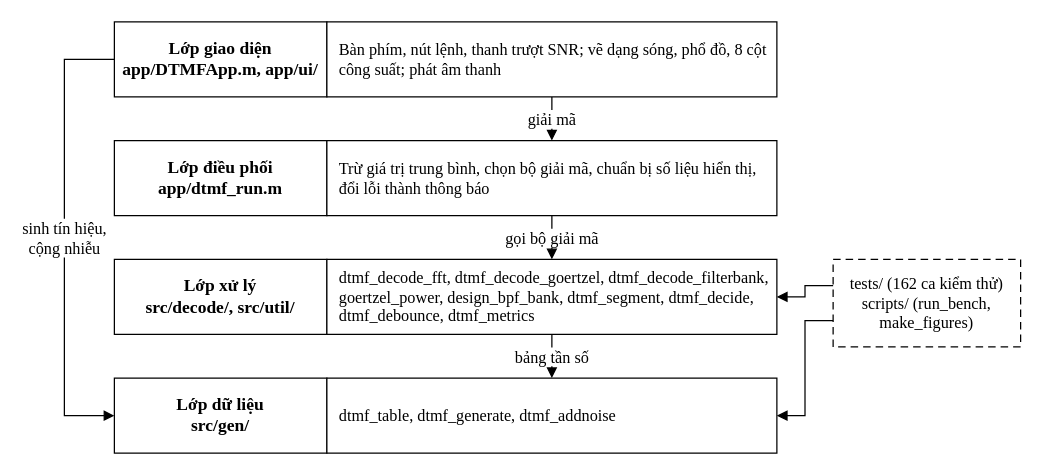
The draw.io diagram report/template/Figures/drawio/SD_kien_truc.drawio in AIVIETNAM-AIO-DoHongNhat/DTMF, before the edit. Source tidied: cells renumbered, new cells numbered last; positions are measured from the earlier drawing's top-left corner, leaving out a move shared by most shapes. Both pictures are drawn from the tidied source at 125%, with x=0, y=0 at pixel (64, 21).
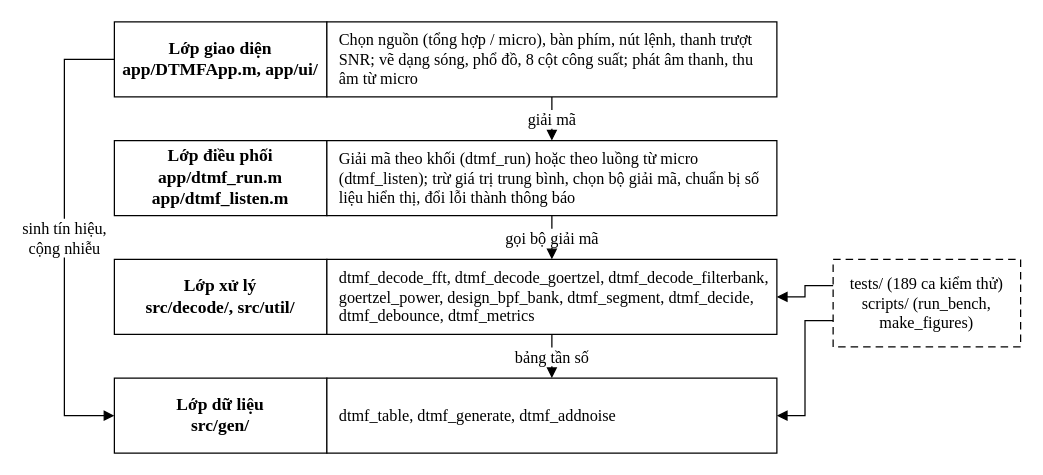
Above is the later version.

The edit, as a diff of the source:
```diff
@@
 <mxGraphModel background="#FFFFFF">
   <root>
     <mxCell id="0" />
     <mxCell id="1" parent="0" />
     <mxCell id="2" value="Lớp giao diện&lt;br&gt;app/DTMFApp.m, app/ui/" style="rounded=0;whiteSpace=wrap;html=1;strokeColor=#000000;fillColor=#FFFFFF;strokeWidth=1;fontSize=14;fontFamily=Times New Roman;fontColor=#000000;fontStyle=1;" parent="1" vertex="1">
       <mxGeometry x="40" width="170" height="60" as="geometry" />
     </mxCell>
-    <mxCell id="3" value="Bàn phím, nút lệnh, thanh trượt SNR; vẽ dạng sóng, phổ đồ, 8 cột công suất; phát âm thanh" style="rounded=0;whiteSpace=wrap;html=1;strokeColor=#000000;fillColor=#FFFFFF;strokeWidth=1;fontSize=14;fontFamily=Times New Roman;fontColor=#000000;fontSize=13;align=left;spacingLeft=8;" parent="1" vertex="1">
+    <mxCell id="3" value="Chọn nguồn (tổng hợp / micro), bàn phím, nút lệnh, thanh trượt SNR; vẽ dạng sóng, phổ đồ, 8 cột công suất; phát âm thanh, thu âm từ micro" style="rounded=0;whiteSpace=wrap;html=1;strokeColor=#000000;fillColor=#FFFFFF;strokeWidth=1;fontSize=14;fontFamily=Times New Roman;fontColor=#000000;fontSize=13;align=left;spacingLeft=8;" parent="1" vertex="1">
       <mxGeometry x="210" width="360" height="60" as="geometry" />
     </mxCell>
-    <mxCell id="4" value="Lớp điều phối&lt;br&gt;app/dtmf_run.m" style="rounded=0;whiteSpace=wrap;html=1;strokeColor=#000000;fillColor=#FFFFFF;strokeWidth=1;fontSize=14;fontFamily=Times New Roman;fontColor=#000000;fontStyle=1;" parent="1" vertex="1">
+    <mxCell id="4" value="Lớp điều phối&lt;br&gt;app/dtmf_run.m&lt;br&gt;app/dtmf_listen.m" style="rounded=0;whiteSpace=wrap;html=1;strokeColor=#000000;fillColor=#FFFFFF;strokeWidth=1;fontSize=14;fontFamily=Times New Roman;fontColor=#000000;fontStyle=1;" parent="1" vertex="1">
       <mxGeometry x="40" y="95" width="170" height="60" as="geometry" />
     </mxCell>
-    <mxCell id="5" value="Trừ giá trị trung bình, chọn bộ giải mã, chuẩn bị số liệu hiển thị, đổi lỗi thành thông báo" style="rounded=0;whiteSpace=wrap;html=1;strokeColor=#000000;fillColor=#FFFFFF;strokeWidth=1;fontSize=14;fontFamily=Times New Roman;fontColor=#000000;fontSize=13;align=left;spacingLeft=8;" parent="1" vertex="1">
+    <mxCell id="5" value="Giải mã theo khối (dtmf_run) hoặc theo luồng từ micro (dtmf_listen); trừ giá trị trung bình, chọn bộ giải mã, chuẩn bị số liệu hiển thị, đổi lỗi thành thông báo" style="rounded=0;whiteSpace=wrap;html=1;strokeColor=#000000;fillColor=#FFFFFF;strokeWidth=1;fontSize=14;fontFamily=Times New Roman;fontColor=#000000;fontSize=13;align=left;spacingLeft=8;" parent="1" vertex="1">
       <mxGeometry x="210" y="95" width="360" height="60" as="geometry" />
     </mxCell>
     <mxCell id="6" value="Lớp xử lý&lt;br&gt;src/decode/, src/util/" style="rounded=0;whiteSpace=wrap;html=1;strokeColor=#000000;fillColor=#FFFFFF;strokeWidth=1;fontSize=14;fontFamily=Times New Roman;fontColor=#000000;fontStyle=1;" parent="1" vertex="1">
       <mxGeometry x="40" y="190" width="170" height="60" as="geometry" />
     </mxCell>
     <mxCell id="7" value="dtmf_decode_fft, dtmf_decode_goertzel, dtmf_decode_filterbank, goertzel_power, design_bpf_bank, dtmf_segment, dtmf_decide, dtmf_debounce, dtmf_metrics" style="rounded=0;whiteSpace=wrap;html=1;strokeColor=#000000;fillColor=#FFFFFF;strokeWidth=1;fontSize=14;fontFamily=Times New Roman;fontColor=#000000;fontSize=13;align=left;spacingLeft=8;" parent="1" vertex="1">
       <mxGeometry x="210" y="190" width="360" height="60" as="geometry" />
     </mxCell>
     <mxCell id="8" value="Lớp dữ liệu&lt;br&gt;src/gen/" style="rounded=0;whiteSpace=wrap;html=1;strokeColor=#000000;fillColor=#FFFFFF;strokeWidth=1;fontSize=14;fontFamily=Times New Roman;fontColor=#000000;fontStyle=1;" parent="1" vertex="1">
       <mxGeometry x="40" y="285" width="170" height="60" as="geometry" />
     </mxCell>
     <mxCell id="9" value="dtmf_table, dtmf_generate, dtmf_addnoise" style="rounded=0;whiteSpace=wrap;html=1;strokeColor=#000000;fillColor=#FFFFFF;strokeWidth=1;fontSize=14;fontFamily=Times New Roman;fontColor=#000000;fontSize=13;align=left;spacingLeft=8;" parent="1" vertex="1">
       <mxGeometry x="210" y="285" width="360" height="60" as="geometry" />
     </mxCell>
     <mxCell id="10" value="giải mã" style="edgeStyle=orthogonalEdgeStyle;rounded=0;html=1;strokeColor=#000000;strokeWidth=1;endArrow=block;endFill=1;endSize=6;fontSize=13;labelBackgroundColor=#FFFFFF;fontFamily=Times New Roman;fontColor=#000000;exitX=0.5;exitY=1;exitDx=0;exitDy=0;entryX=0.5;entryY=0;entryDx=0;entryDy=0;" parent="1" edge="1" source="3" target="5">
       <mxGeometry relative="1" as="geometry" />
     </mxCell>
     <mxCell id="11" value="gọi bộ giải mã" style="edgeStyle=orthogonalEdgeStyle;rounded=0;html=1;strokeColor=#000000;strokeWidth=1;endArrow=block;endFill=1;endSize=6;fontSize=13;labelBackgroundColor=#FFFFFF;fontFamily=Times New Roman;fontColor=#000000;exitX=0.5;exitY=1;exitDx=0;exitDy=0;entryX=0.5;entryY=0;entryDx=0;entryDy=0;" parent="1" edge="1" source="5" target="7">
       <mxGeometry relative="1" as="geometry" />
     </mxCell>
     <mxCell id="12" value="bảng tần số" style="edgeStyle=orthogonalEdgeStyle;rounded=0;html=1;strokeColor=#000000;strokeWidth=1;endArrow=block;endFill=1;endSize=6;fontSize=13;labelBackgroundColor=#FFFFFF;fontFamily=Times New Roman;fontColor=#000000;exitX=0.5;exitY=1;exitDx=0;exitDy=0;entryX=0.5;entryY=0;entryDx=0;entryDy=0;" parent="1" edge="1" source="7" target="9">
       <mxGeometry relative="1" as="geometry" />
     </mxCell>
     <mxCell id="13" value="sinh tín hiệu,&lt;br&gt;cộng nhiễu" style="edgeStyle=orthogonalEdgeStyle;rounded=0;html=1;strokeColor=#000000;strokeWidth=1;endArrow=block;endFill=1;endSize=6;fontSize=13;labelBackgroundColor=#FFFFFF;fontFamily=Times New Roman;fontColor=#000000;exitX=0;exitY=0.5;exitDx=0;exitDy=0;entryX=0;entryY=0.5;entryDx=0;entryDy=0;" parent="1" edge="1" source="2" target="8">
       <mxGeometry relative="1" as="geometry">
         <Array as="points">
           <mxPoint y="30" />
           <mxPoint y="315" />
         </Array>
       </mxGeometry>
     </mxCell>
-    <mxCell id="14" value="tests/ (162 ca kiểm thử)&lt;br&gt;scripts/ (run_bench, make_figures)" style="rounded=0;whiteSpace=wrap;html=1;strokeColor=#000000;fillColor=#FFFFFF;strokeWidth=1;fontSize=14;fontFamily=Times New Roman;fontColor=#000000;fontSize=13;dashed=1;dashPattern=6 4;" parent="1" vertex="1">
+    <mxCell id="14" value="tests/ (189 ca kiểm thử)&lt;br&gt;scripts/ (run_bench, make_figures)" style="rounded=0;whiteSpace=wrap;html=1;strokeColor=#000000;fillColor=#FFFFFF;strokeWidth=1;fontSize=14;fontFamily=Times New Roman;fontColor=#000000;fontSize=13;dashed=1;dashPattern=6 4;" parent="1" vertex="1">
       <mxGeometry x="615" y="190" width="150" height="70" as="geometry" />
     </mxCell>
     <mxCell id="15" style="edgeStyle=orthogonalEdgeStyle;rounded=0;html=1;strokeColor=#000000;strokeWidth=1;endArrow=block;endFill=1;endSize=6;fontSize=13;labelBackgroundColor=#FFFFFF;fontFamily=Times New Roman;fontColor=#000000;exitX=0;exitY=0.3;exitDx=0;exitDy=0;entryX=1;entryY=0.5;entryDx=0;entryDy=0;" parent="1" edge="1" source="14" target="7">
       <mxGeometry relative="1" as="geometry" />
     </mxCell>
     <mxCell id="16" style="edgeStyle=orthogonalEdgeStyle;rounded=0;html=1;strokeColor=#000000;strokeWidth=1;endArrow=block;endFill=1;endSize=6;fontSize=13;labelBackgroundColor=#FFFFFF;fontFamily=Times New Roman;fontColor=#000000;exitX=0;exitY=0.7;exitDx=0;exitDy=0;entryX=1;entryY=0.5;entryDx=0;entryDy=0;" parent="1" edge="1" source="14" target="9">
       <mxGeometry relative="1" as="geometry" />
     </mxCell>
   </root>
 </mxGraphModel>
```
